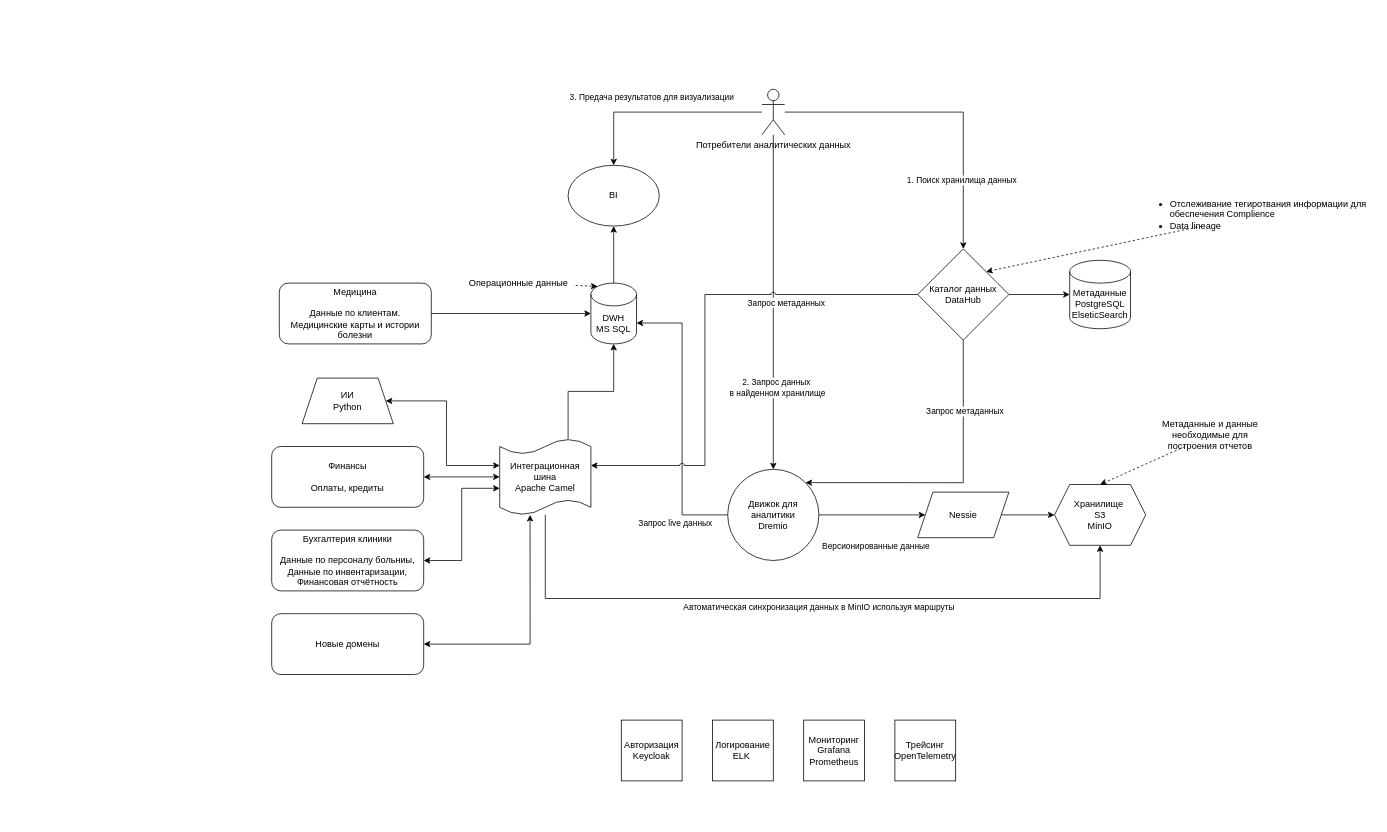
The draw.io diagram Task1/Containers.drawio in alexii-potapov/architecture-future_2_0, before the edit. Source tidied: cells renumbered, new cells numbered last; positions are measured from the earlier drawing's top-left corner, leaving out a move shared by most shapes. Both pictures are drawn from the tidied source at 76%, with x=0, y=0 at pixel (271, 89).
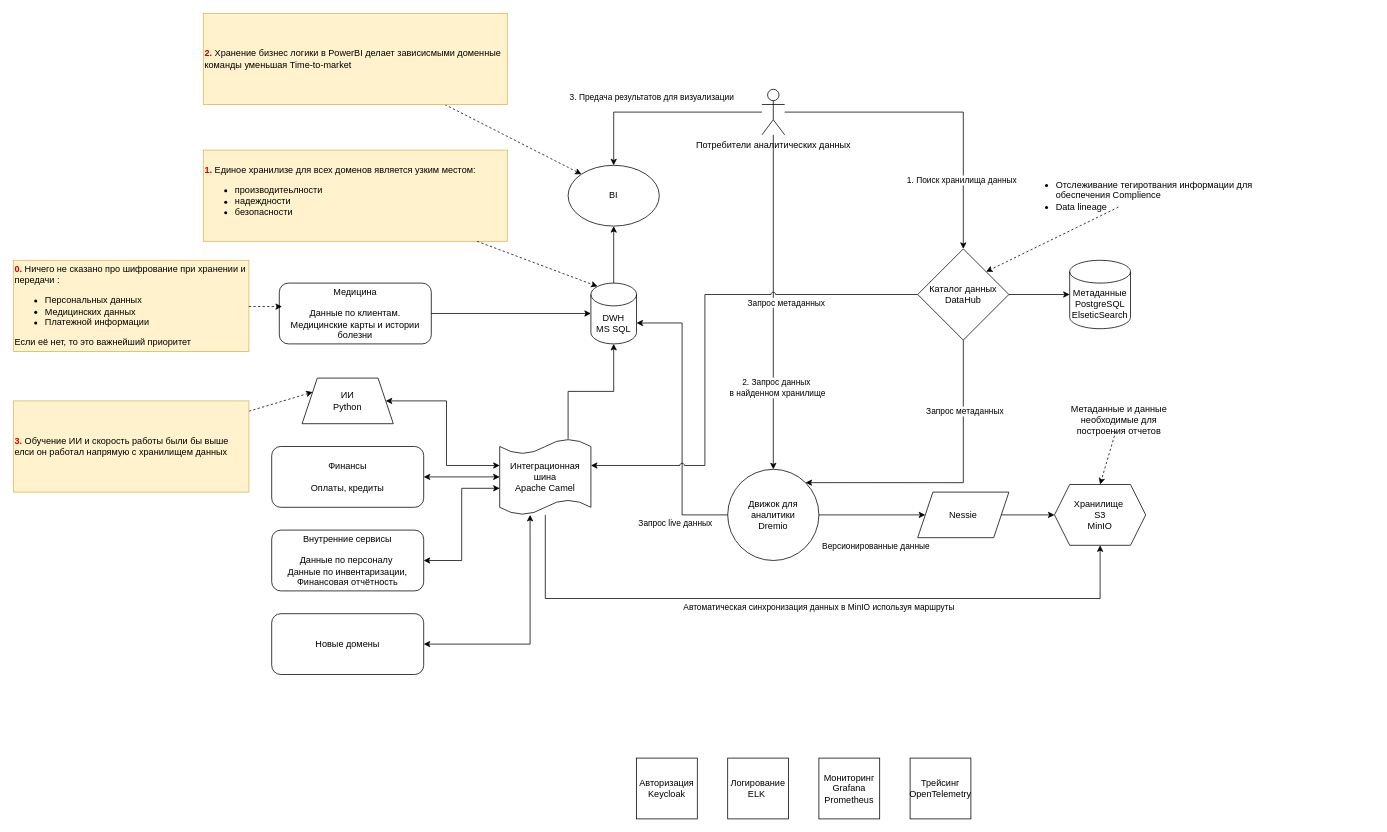
Above is the later version.

Commit message:
Задание 1. Приоритезация проблем

Unchanged cells that the change refers to:
```xml
<mxCell id="2" value="Медицина&lt;div&gt;&lt;br&gt;&lt;/div&gt;&lt;div&gt;Данные по клиентам.&lt;br&gt;&lt;div&gt;Медицинские карты и истории болезни&lt;/div&gt;&lt;/div&gt;" style="rounded=1;whiteSpace=wrap;html=1;" parent="1" vertex="1">
  <mxGeometry x="10" y="255" width="200" height="80" as="geometry" />
</mxCell>
<mxCell id="17" value="ИИ&lt;br&gt;Python" style="shape=trapezoid;perimeter=trapezoidPerimeter;whiteSpace=wrap;html=1;fixedSize=1;" parent="1" vertex="1">
  <mxGeometry x="40" y="380" width="120" height="60" as="geometry" />
</mxCell>
<mxCell id="42" value="BI" style="ellipse;whiteSpace=wrap;html=1;" parent="1" vertex="1">
  <mxGeometry x="390" y="100" width="120" height="80" as="geometry" />
</mxCell>
```

What changed in the source:
```diff
@@
-    <mxCell id="3" value="Бухгалтерия клиники&lt;br&gt;&lt;br&gt;&lt;div&gt;Данные по персоналу больниы,&lt;/div&gt;&lt;div&gt;Данные по инвентаризации,&lt;br&gt;Финансовая отчётность&lt;/div&gt;" style="rounded=1;whiteSpace=wrap;html=1;" parent="1" vertex="1">
+    <mxCell id="3" value="Внутренние сервисы&lt;br&gt;&lt;br&gt;&lt;div&gt;Данные по персоналу&amp;nbsp;&lt;/div&gt;&lt;div&gt;Данные по инвентаризации,&lt;br&gt;Финансовая отчётность&lt;/div&gt;" style="rounded=1;whiteSpace=wrap;html=1;" parent="1" vertex="1">
       <mxGeometry y="580" width="200" height="80" as="geometry" />
     </mxCell>
@@
-    <mxCell id="33" value="Операционные данные" style="text;html=1;align=center;verticalAlign=middle;whiteSpace=wrap;rounded=0;" parent="1" vertex="1">
-      <mxGeometry x="250" y="240" width="150" height="30" as="geometry" />
+    <mxCell id="33" value="&lt;font style=&quot;color: rgb(204, 0, 0);&quot;&gt;&lt;b&gt;1. &lt;/b&gt;&lt;/font&gt;Единое хранилизе для всех доменов является узким местом:&lt;div&gt;&lt;ul&gt;&lt;li&gt;производитеьлности &lt;/li&gt;&lt;li&gt;надеждности&lt;/li&gt;&lt;li&gt;безопасности&lt;/li&gt;&lt;/ul&gt;&lt;/div&gt;" style="text;html=1;align=left;verticalAlign=middle;whiteSpace=wrap;rounded=0;fillColor=#fff2cc;strokeColor=#d6b656;" parent="1" vertex="1">
+      <mxGeometry x="-90" y="80" width="400" height="120" as="geometry" />
     </mxCell>
@@
     <mxCell id="36" value="Метаданные и данные необходимые для построения отчетов" style="text;html=1;align=center;verticalAlign=middle;whiteSpace=wrap;rounded=0;" parent="1" vertex="1">
-      <mxGeometry x="1160" y="440" width="150" height="30" as="geometry" />
+      <mxGeometry x="1040" y="420" width="150" height="30" as="geometry" />
     </mxCell>
@@
     <mxCell id="45" value="&lt;ul&gt;&lt;li&gt;Отслеживание тегиротвания информации для обеспечения Complience&lt;/li&gt;&lt;li&gt;Data lineage&lt;/li&gt;&lt;/ul&gt;" style="text;html=1;align=left;verticalAlign=middle;whiteSpace=wrap;rounded=0;" parent="1" vertex="1">
-      <mxGeometry x="1140" y="150" width="310" height="30" as="geometry" />
+      <mxGeometry x="990" y="125" width="310" height="30" as="geometry" />
     </mxCell>
@@
     <mxCell id="47" value="Авторизация&lt;br&gt;Keycloak" style="whiteSpace=wrap;html=1;" parent="1" vertex="1">
-      <mxGeometry x="460" y="830" width="80" height="80" as="geometry" />
+      <mxGeometry x="480" y="880" width="80" height="80" as="geometry" />
     </mxCell>
     <mxCell id="48" value="Мониторинг&lt;br&gt;Grafana&lt;br&gt;Prometheus" style="whiteSpace=wrap;html=1;" parent="1" vertex="1">
-      <mxGeometry x="700" y="830" width="80" height="80" as="geometry" />
+      <mxGeometry x="720" y="880" width="80" height="80" as="geometry" />
     </mxCell>
     <mxCell id="49" value="Логирование&lt;br&gt;ELK&amp;nbsp;" style="whiteSpace=wrap;html=1;" parent="1" vertex="1">
-      <mxGeometry x="580" y="830" width="80" height="80" as="geometry" />
+      <mxGeometry x="600" y="880" width="80" height="80" as="geometry" />
     </mxCell>
     <mxCell id="50" value="Трейсинг&lt;br&gt;OpenTelemetry" style="whiteSpace=wrap;html=1;" parent="1" vertex="1">
-      <mxGeometry x="820" y="830" width="80" height="80" as="geometry" />
+      <mxGeometry x="840" y="880" width="80" height="80" as="geometry" />
     </mxCell>
+    <mxCell id="51" style="rounded=0;jettySize=auto;html=1;entryX=0;entryY=0;entryDx=0;entryDy=0;dashed=1;" parent="1" edge="1" source="52" target="42">
+      <mxGeometry relative="1" as="geometry" />
+    </mxCell>
+    <mxCell id="52" value="&lt;font style=&quot;color: rgb(204, 0, 0);&quot;&gt;&lt;b style=&quot;&quot;&gt;2. &lt;/b&gt;&lt;/font&gt;Хранение бизнес логики в PowerBI делает зависисмыми доменные команды уменьшая Time-to-market" style="text;html=1;align=left;verticalAlign=middle;whiteSpace=wrap;rounded=0;fillColor=#fff2cc;strokeColor=#d6b656;" parent="1" vertex="1">
+      <mxGeometry x="-90" y="-100" width="400" height="120" as="geometry" />
+    </mxCell>
+    <mxCell id="53" style="rounded=0;jettySize=auto;html=1;entryX=0;entryY=0.25;entryDx=0;entryDy=0;dashed=1;" parent="1" edge="1" source="54" target="17">
+      <mxGeometry relative="1" as="geometry" />
+    </mxCell>
+    <mxCell id="54" value="&lt;font style=&quot;color: rgb(204, 0, 0);&quot;&gt;&lt;b&gt;3.&lt;/b&gt;&lt;/font&gt; Обучение ИИ и скорость работы были бы выше елси он работал напрямую с хранилищем данных" style="text;html=1;align=left;verticalAlign=middle;whiteSpace=wrap;rounded=0;fillColor=#fff2cc;strokeColor=#d6b656;" parent="1" vertex="1">
+      <mxGeometry x="-340" y="410" width="310" height="120" as="geometry" />
+    </mxCell>
+    <mxCell id="55" value="&lt;font style=&quot;color: rgb(204, 0, 0);&quot;&gt;&lt;b&gt;0.&lt;/b&gt;&lt;/font&gt; Ничего не сказано про шифрование при хранении и передачи :&lt;div&gt;&lt;ul&gt;&lt;li&gt;Персональных данных&lt;/li&gt;&lt;li&gt;Медицинских данных&lt;/li&gt;&lt;li&gt;Платежной информации&lt;/li&gt;&lt;/ul&gt;&lt;div&gt;Если её нет, то это важнейший приоритет&lt;/div&gt;&lt;/div&gt;" style="text;html=1;align=left;verticalAlign=middle;whiteSpace=wrap;rounded=0;fillColor=#fff2cc;strokeColor=#d6b656;" parent="1" vertex="1">
+      <mxGeometry x="-340" y="225" width="310" height="120" as="geometry" />
+    </mxCell>
+    <mxCell id="56" style="rounded=0;jettySize=auto;html=1;entryX=0.018;entryY=0.387;entryDx=0;entryDy=0;entryPerimeter=0;dashed=1;" parent="1" edge="1" source="55" target="2">
+      <mxGeometry relative="1" as="geometry" />
+    </mxCell>
```
